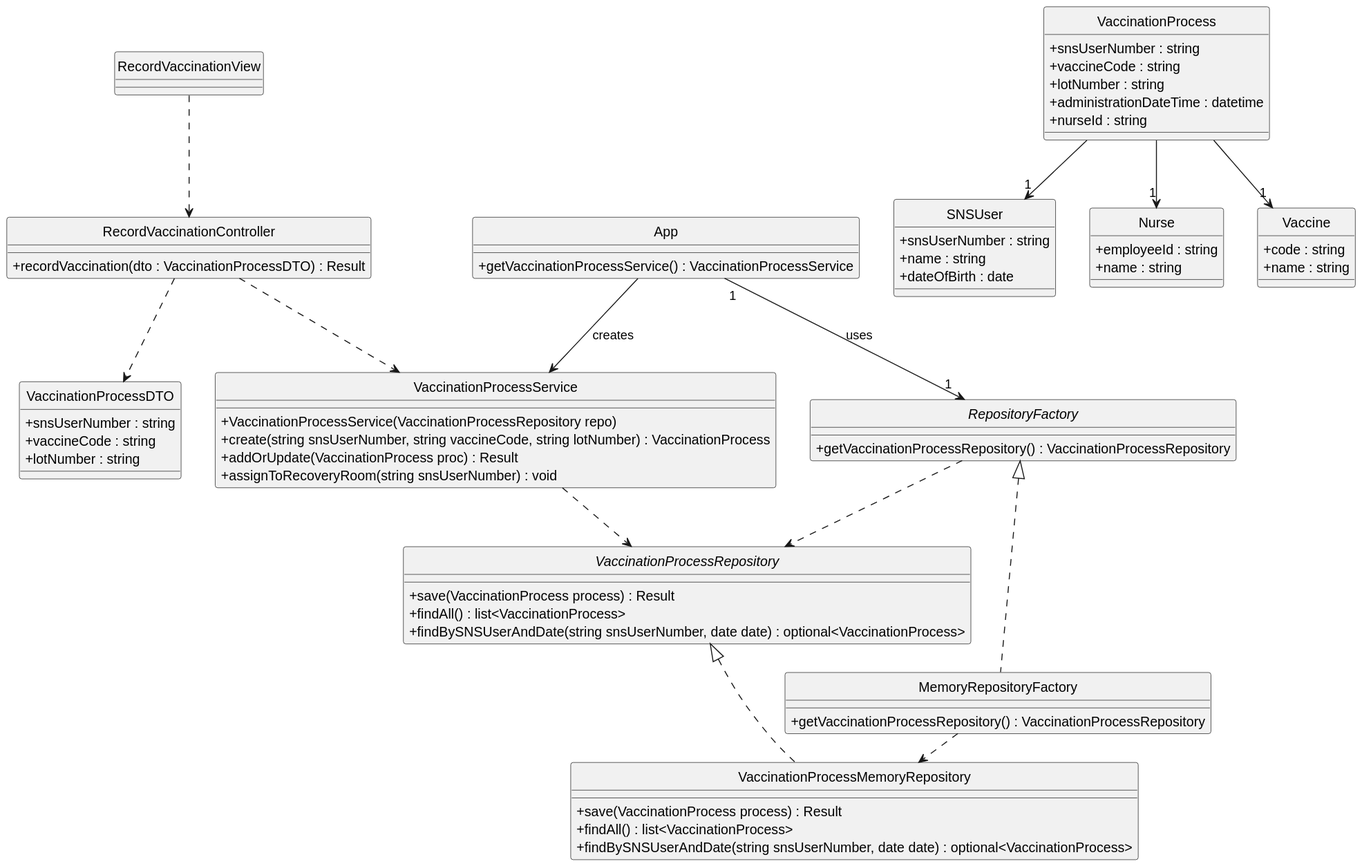
Above: docs/system-documentation/US41/svg/US41-CD.svg in Parafita123/leti-esoft-25-26-B1 (PlantUML), before the change.
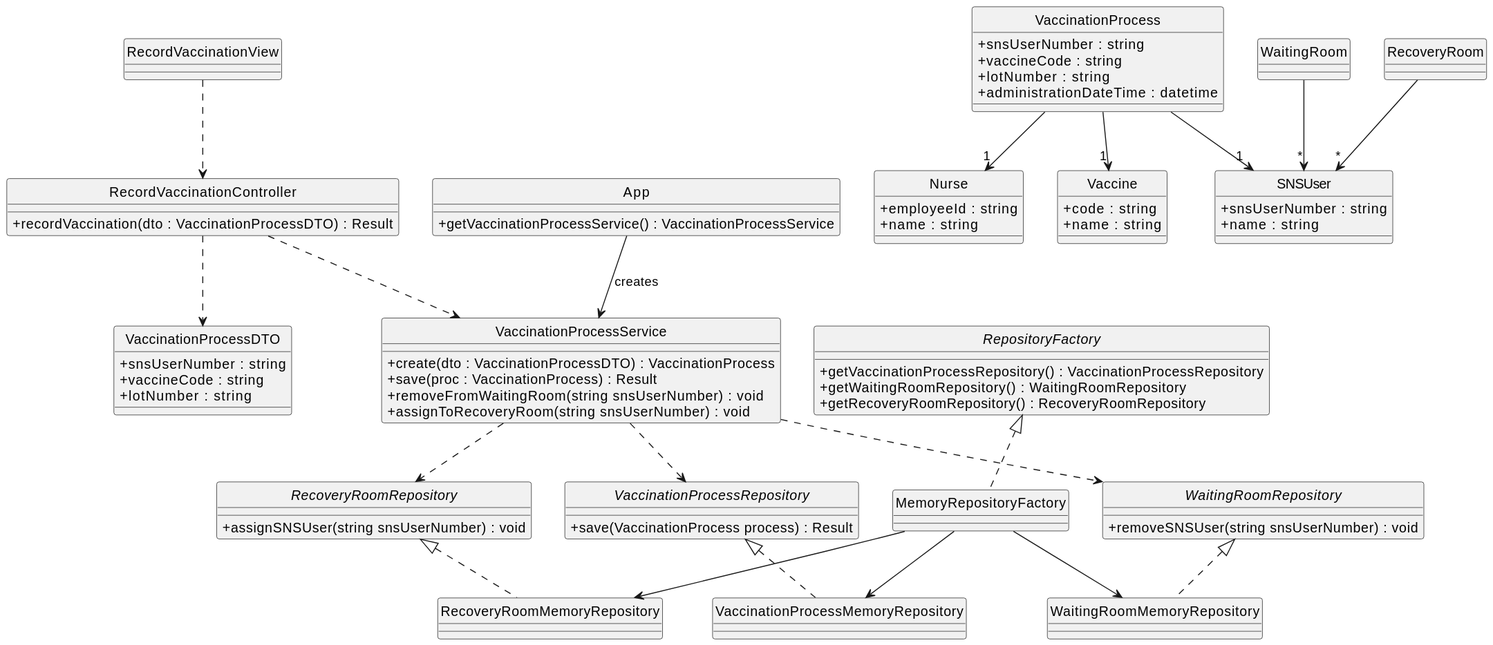
After the change.

Diff of the diagram source:
```diff
@@ -21,56 +21,66 @@
 
 RecordVaccinationView ..> RecordVaccinationController
 RecordVaccinationController ..> VaccinationProcessDTO
+RecordVaccinationController ..> VaccinationProcessService
 
 class VaccinationProcessService {
-  + VaccinationProcessService(VaccinationProcessRepository repo)
-  + create(string snsUserNumber, string vaccineCode, string lotNumber) : VaccinationProcess
-  + addOrUpdate(VaccinationProcess proc) : Result
+  + create(dto : VaccinationProcessDTO) : VaccinationProcess
+  + save(proc : VaccinationProcess) : Result
+  + removeFromWaitingRoom(string snsUserNumber) : void
   + assignToRecoveryRoom(string snsUserNumber) : void
 }
 
-RecordVaccinationController ..> VaccinationProcessService
+App --> VaccinationProcessService : creates
+
+interface RepositoryFactory {
+  + getVaccinationProcessRepository() : VaccinationProcessRepository
+  + getWaitingRoomRepository() : WaitingRoomRepository
+  + getRecoveryRoomRepository() : RecoveryRoomRepository
+}
+
+class MemoryRepositoryFactory {
+}
+
+MemoryRepositoryFactory .up.|> RepositoryFactory
 
 interface VaccinationProcessRepository {
   + save(VaccinationProcess process) : Result
-  + findAll() : list<VaccinationProcess>
-  + findBySNSUserAndDate(string snsUserNumber, date date) : optional<VaccinationProcess>
 }
 
-class VaccinationProcessMemoryRepository {
-  + save(VaccinationProcess process) : Result
-  + findAll() : list<VaccinationProcess>
-  + findBySNSUserAndDate(string snsUserNumber, date date) : optional<VaccinationProcess>
-}
-VaccinationProcessMemoryRepository .up.|> VaccinationProcessRepository
-
-interface RepositoryFactory {
-  + getVaccinationProcessRepository() : VaccinationProcessRepository
+interface WaitingRoomRepository {
+  + removeSNSUser(string snsUserNumber) : void
 }
 
-class MemoryRepositoryFactory {
-  + getVaccinationProcessRepository() : VaccinationProcessRepository
+interface RecoveryRoomRepository {
+  + assignSNSUser(string snsUserNumber) : void
 }
-MemoryRepositoryFactory .up.|> RepositoryFactory
-MemoryRepositoryFactory .right.> VaccinationProcessMemoryRepository
 
-App "1" -down-> "1" RepositoryFactory : uses
-App --> VaccinationProcessService : creates
-RepositoryFactory ..> VaccinationProcessRepository
+class VaccinationProcessMemoryRepository
+class WaitingRoomMemoryRepository
+class RecoveryRoomMemoryRepository
+
+VaccinationProcessMemoryRepository .up.|> VaccinationProcessRepository
+WaitingRoomMemoryRepository .up.|> WaitingRoomRepository
+RecoveryRoomMemoryRepository .up.|> RecoveryRoomRepository
+
+MemoryRepositoryFactory --> VaccinationProcessMemoryRepository
+MemoryRepositoryFactory --> WaitingRoomMemoryRepository
+MemoryRepositoryFactory --> RecoveryRoomMemoryRepository
+
 VaccinationProcessService ..> VaccinationProcessRepository
+VaccinationProcessService ..> WaitingRoomRepository
+VaccinationProcessService ..> RecoveryRoomRepository
 
 class VaccinationProcess {
   + snsUserNumber : string
   + vaccineCode : string
   + lotNumber : string
   + administrationDateTime : datetime
-  + nurseId : string
 }
 
 class SNSUser {
   + snsUserNumber : string
   + name : string
-  + dateOfBirth : date
 }
 
 class Nurse {
@@ -83,7 +93,16 @@
   + name : string
 }
 
+class WaitingRoom {
+}
+
+class RecoveryRoom {
+}
+
 VaccinationProcess --> "1" SNSUser
 VaccinationProcess --> "1" Vaccine
 VaccinationProcess --> "1" Nurse
+
+WaitingRoom --> "*" SNSUser
+RecoveryRoom --> "*" SNSUser
 @enduml
```
